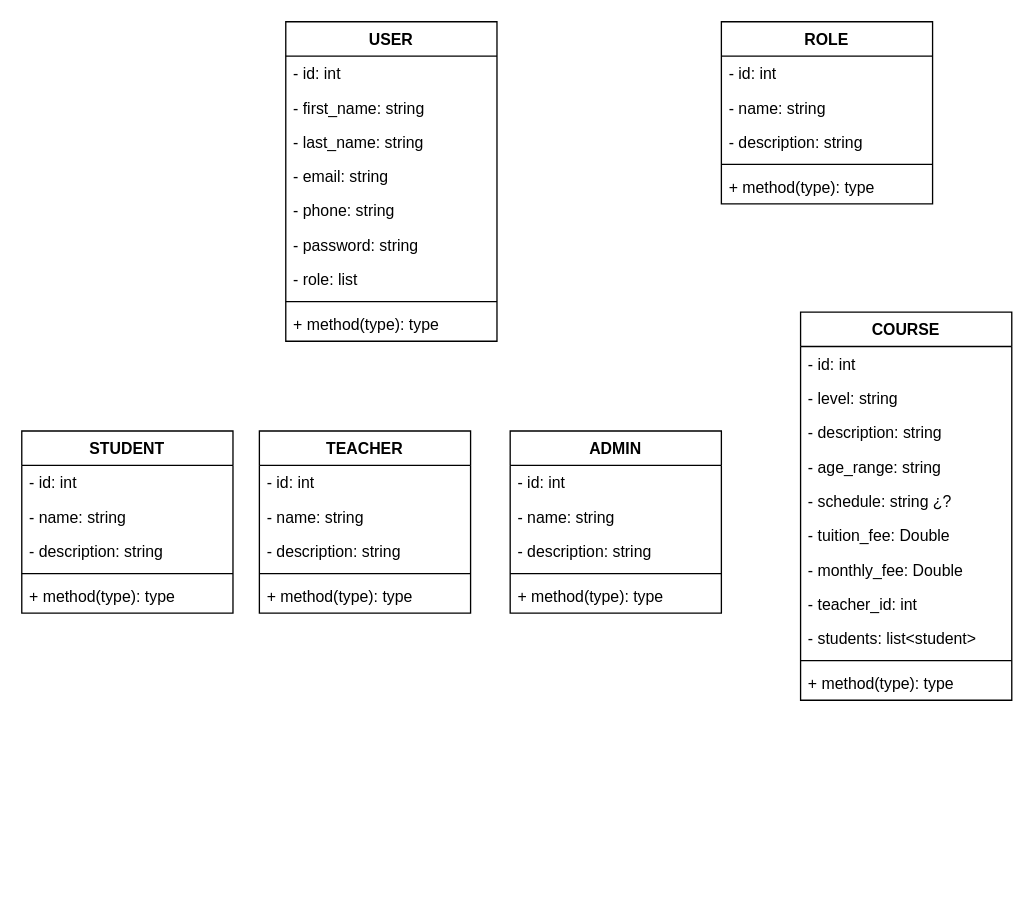
The draw.io diagram backend/diagram.dio in No-Country/C9-26-Java-React, before the edit. Source tidied: cells renumbered, new cells numbered last; positions are measured from the earlier drawing's top-left corner, leaving out a move shared by most shapes. Both pictures are drawn from the tidied source at 132%, with x=0, y=0 at pixel (21, 21).
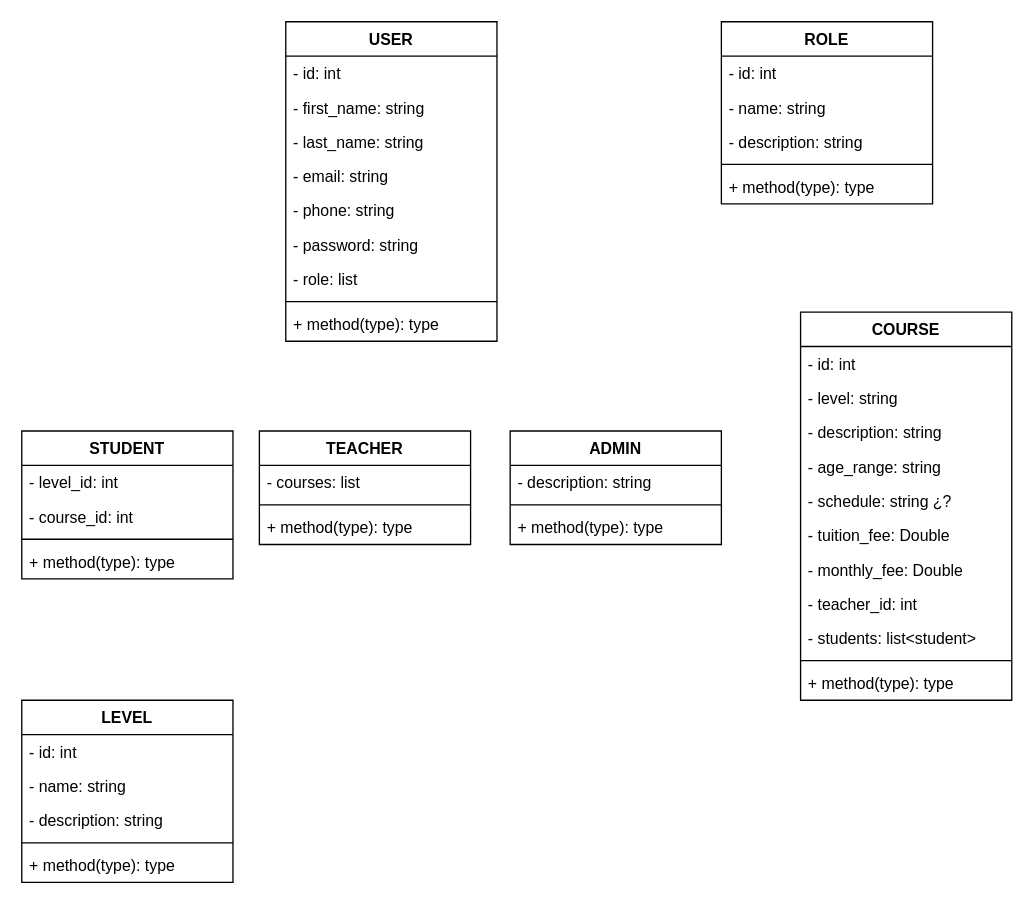
The same diagram, later.

Commit message:
docs(backend): :memo: add level entity

Diff of the diagram source:
```diff
@@
     <mxCell id="18" value="ADMIN" style="swimlane;fontStyle=1;align=center;verticalAlign=top;horizontal=1;startSize=26;" parent="1" vertex="1">
-      <mxGeometry x="370" y="310" width="160" height="138" as="geometry" />
+      <mxGeometry x="370" y="310" width="160" height="86" as="geometry" />
     </mxCell>
-    <mxCell id="19" value="- id: int" style="text;strokeColor=none;fillColor=none;align=left;verticalAlign=top;spacingLeft=4;spacingRight=4;overflow=hidden;" parent="18" vertex="1">
-      <mxGeometry y="26" width="160" height="26" as="geometry" />
-    </mxCell>
-    <mxCell id="20" value="- name: string" style="text;strokeColor=none;fillColor=none;align=left;verticalAlign=top;spacingLeft=4;spacingRight=4;overflow=hidden;" parent="18" vertex="1">
-      <mxGeometry y="52" width="160" height="26" as="geometry" />
-    </mxCell>
     <mxCell id="21" value="- description: string" style="text;strokeColor=none;fillColor=none;align=left;verticalAlign=top;spacingLeft=4;spacingRight=4;overflow=hidden;" parent="18" vertex="1">
-      <mxGeometry y="78" width="160" height="26" as="geometry" />
+      <mxGeometry y="26" width="160" height="26" as="geometry" />
     </mxCell>
     <mxCell id="22" style="line;strokeWidth=1;fillColor=none;align=left;verticalAlign=middle;spacingTop=-1;spacingLeft=3;spacingRight=3;labelPosition=right;strokeColor=inherit;" parent="18" vertex="1">
-      <mxGeometry y="104" width="160" height="8" as="geometry" />
+      <mxGeometry y="52" width="160" height="8" as="geometry" />
     </mxCell>
     <mxCell id="23" value="+ method(type): type" style="text;strokeColor=none;fillColor=none;align=left;verticalAlign=top;spacingLeft=4;spacingRight=4;overflow=hidden;" parent="18" vertex="1">
-      <mxGeometry y="112" width="160" height="26" as="geometry" />
+      <mxGeometry y="60" width="160" height="26" as="geometry" />
     </mxCell>
     <mxCell id="24" value="STUDENT" style="swimlane;fontStyle=1;align=center;verticalAlign=top;horizontal=1;startSize=26;" parent="1" vertex="1">
-      <mxGeometry y="310" width="160" height="138" as="geometry" />
+      <mxGeometry y="310" width="160" height="112" as="geometry" />
     </mxCell>
-    <mxCell id="25" value="- id: int" style="text;strokeColor=none;fillColor=none;align=left;verticalAlign=top;spacingLeft=4;spacingRight=4;overflow=hidden;" parent="24" vertex="1">
-      <mxGeometry y="26" width="160" height="26" as="geometry" />
-    </mxCell>
-    <mxCell id="26" value="- name: string" style="text;strokeColor=none;fillColor=none;align=left;verticalAlign=top;spacingLeft=4;spacingRight=4;overflow=hidden;" parent="24" vertex="1">
-      <mxGeometry y="52" width="160" height="26" as="geometry" />
-    </mxCell>
+    <mxCell id="48" value="- level_id: int" style="text;strokeColor=none;fillColor=none;align=left;verticalAlign=top;spacingLeft=4;spacingRight=4;overflow=hidden;" parent="24" vertex="1">
+      <mxGeometry y="26" width="160" height="26" as="geometry" />
+    </mxCell>
-    <mxCell id="27" value="- description: string" style="text;strokeColor=none;fillColor=none;align=left;verticalAlign=top;spacingLeft=4;spacingRight=4;overflow=hidden;" parent="24" vertex="1">
-      <mxGeometry y="78" width="160" height="26" as="geometry" />
+    <mxCell id="27" value="- course_id: int" style="text;strokeColor=none;fillColor=none;align=left;verticalAlign=top;spacingLeft=4;spacingRight=4;overflow=hidden;" parent="24" vertex="1">
+      <mxGeometry y="52" width="160" height="26" as="geometry" />
     </mxCell>
     <mxCell id="28" style="line;strokeWidth=1;fillColor=none;align=left;verticalAlign=middle;spacingTop=-1;spacingLeft=3;spacingRight=3;labelPosition=right;strokeColor=inherit;" parent="24" vertex="1">
-      <mxGeometry y="104" width="160" height="8" as="geometry" />
+      <mxGeometry y="78" width="160" height="8" as="geometry" />
     </mxCell>
     <mxCell id="29" value="+ method(type): type" style="text;strokeColor=none;fillColor=none;align=left;verticalAlign=top;spacingLeft=4;spacingRight=4;overflow=hidden;" parent="24" vertex="1">
-      <mxGeometry y="112" width="160" height="26" as="geometry" />
+      <mxGeometry y="86" width="160" height="26" as="geometry" />
     </mxCell>
     <mxCell id="30" value="TEACHER" style="swimlane;fontStyle=1;align=center;verticalAlign=top;horizontal=1;startSize=26;" parent="1" vertex="1">
-      <mxGeometry x="180" y="310" width="160" height="138" as="geometry" />
+      <mxGeometry x="180" y="310" width="160" height="86" as="geometry" />
     </mxCell>
-    <mxCell id="31" value="- id: int" style="text;strokeColor=none;fillColor=none;align=left;verticalAlign=top;spacingLeft=4;spacingRight=4;overflow=hidden;" parent="30" vertex="1">
-      <mxGeometry y="26" width="160" height="26" as="geometry" />
-    </mxCell>
-    <mxCell id="32" value="- name: string" style="text;strokeColor=none;fillColor=none;align=left;verticalAlign=top;spacingLeft=4;spacingRight=4;overflow=hidden;" parent="30" vertex="1">
-      <mxGeometry y="52" width="160" height="26" as="geometry" />
-    </mxCell>
-    <mxCell id="33" value="- description: string" style="text;strokeColor=none;fillColor=none;align=left;verticalAlign=top;spacingLeft=4;spacingRight=4;overflow=hidden;" parent="30" vertex="1">
-      <mxGeometry y="78" width="160" height="26" as="geometry" />
+    <mxCell id="33" value="- courses: list" style="text;strokeColor=none;fillColor=none;align=left;verticalAlign=top;spacingLeft=4;spacingRight=4;overflow=hidden;" parent="30" vertex="1">
+      <mxGeometry y="26" width="160" height="26" as="geometry" />
     </mxCell>
     <mxCell id="34" style="line;strokeWidth=1;fillColor=none;align=left;verticalAlign=middle;spacingTop=-1;spacingLeft=3;spacingRight=3;labelPosition=right;strokeColor=inherit;" parent="30" vertex="1">
-      <mxGeometry y="104" width="160" height="8" as="geometry" />
+      <mxGeometry y="52" width="160" height="8" as="geometry" />
     </mxCell>
     <mxCell id="35" value="+ method(type): type" style="text;strokeColor=none;fillColor=none;align=left;verticalAlign=top;spacingLeft=4;spacingRight=4;overflow=hidden;" parent="30" vertex="1">
-      <mxGeometry y="112" width="160" height="26" as="geometry" />
+      <mxGeometry y="60" width="160" height="26" as="geometry" />
     </mxCell>
@@
+    <mxCell id="49" value="LEVEL" style="swimlane;fontStyle=1;align=center;verticalAlign=top;horizontal=1;startSize=26;" parent="1" vertex="1">
+      <mxGeometry y="514" width="160" height="138" as="geometry" />
+    </mxCell>
+    <mxCell id="50" value="- id: int" style="text;strokeColor=none;fillColor=none;align=left;verticalAlign=top;spacingLeft=4;spacingRight=4;overflow=hidden;" parent="49" vertex="1">
+      <mxGeometry y="26" width="160" height="26" as="geometry" />
+    </mxCell>
+    <mxCell id="51" value="- name: string" style="text;strokeColor=none;fillColor=none;align=left;verticalAlign=top;spacingLeft=4;spacingRight=4;overflow=hidden;" parent="49" vertex="1">
+      <mxGeometry y="52" width="160" height="26" as="geometry" />
+    </mxCell>
+    <mxCell id="52" value="- description: string" style="text;strokeColor=none;fillColor=none;align=left;verticalAlign=top;spacingLeft=4;spacingRight=4;overflow=hidden;" parent="49" vertex="1">
+      <mxGeometry y="78" width="160" height="26" as="geometry" />
+    </mxCell>
+    <mxCell id="53" style="line;strokeWidth=1;fillColor=none;align=left;verticalAlign=middle;spacingTop=-1;spacingLeft=3;spacingRight=3;labelPosition=right;strokeColor=inherit;" parent="49" vertex="1">
+      <mxGeometry y="104" width="160" height="8" as="geometry" />
+    </mxCell>
+    <mxCell id="54" value="+ method(type): type" style="text;strokeColor=none;fillColor=none;align=left;verticalAlign=top;spacingLeft=4;spacingRight=4;overflow=hidden;" parent="49" vertex="1">
+      <mxGeometry y="112" width="160" height="26" as="geometry" />
+    </mxCell>
```
